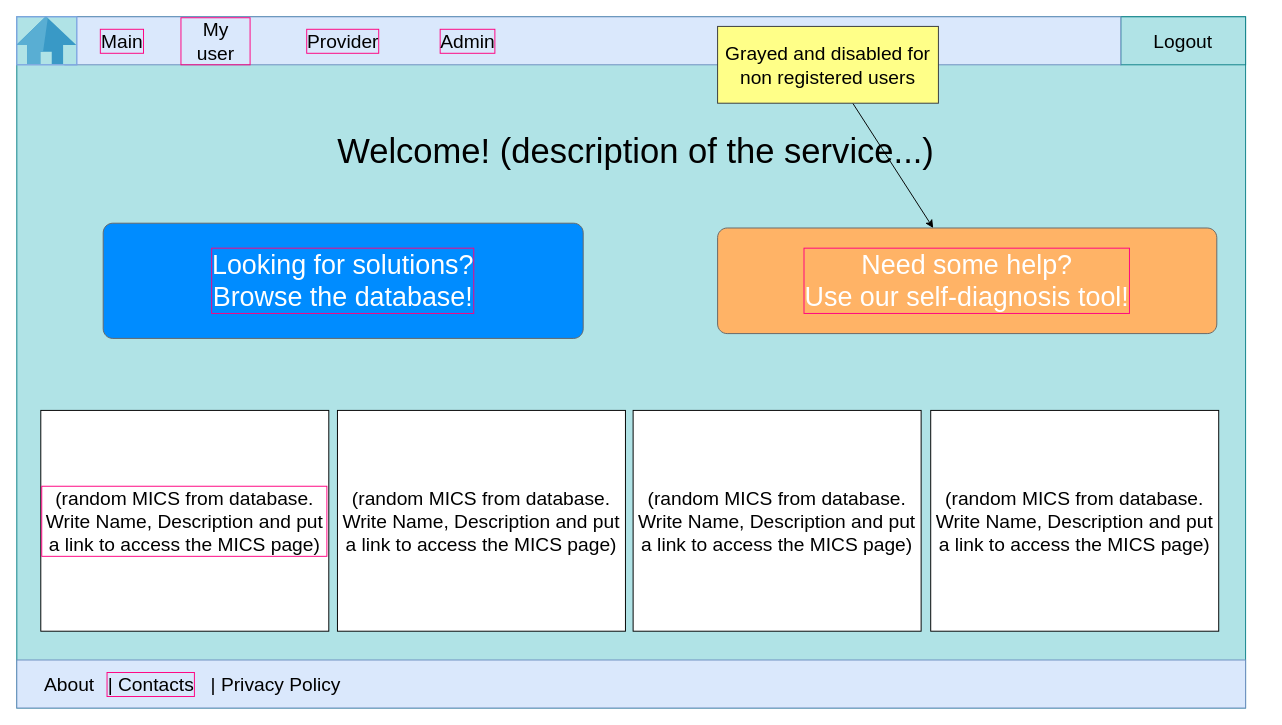
Earlier version of the draw.io diagram page "Main" (2 of 18) of IDP048 UI.drawio.xml (giuseppe-r2m/mics-finder). Source tidied: cells renumbered, new cells numbered last; positions are measured from the earlier drawing's top-left corner, leaving out a move shared by most shapes. Both pictures are drawn from the tidied source at 96%, with x=0, y=0 at pixel (16, 16).
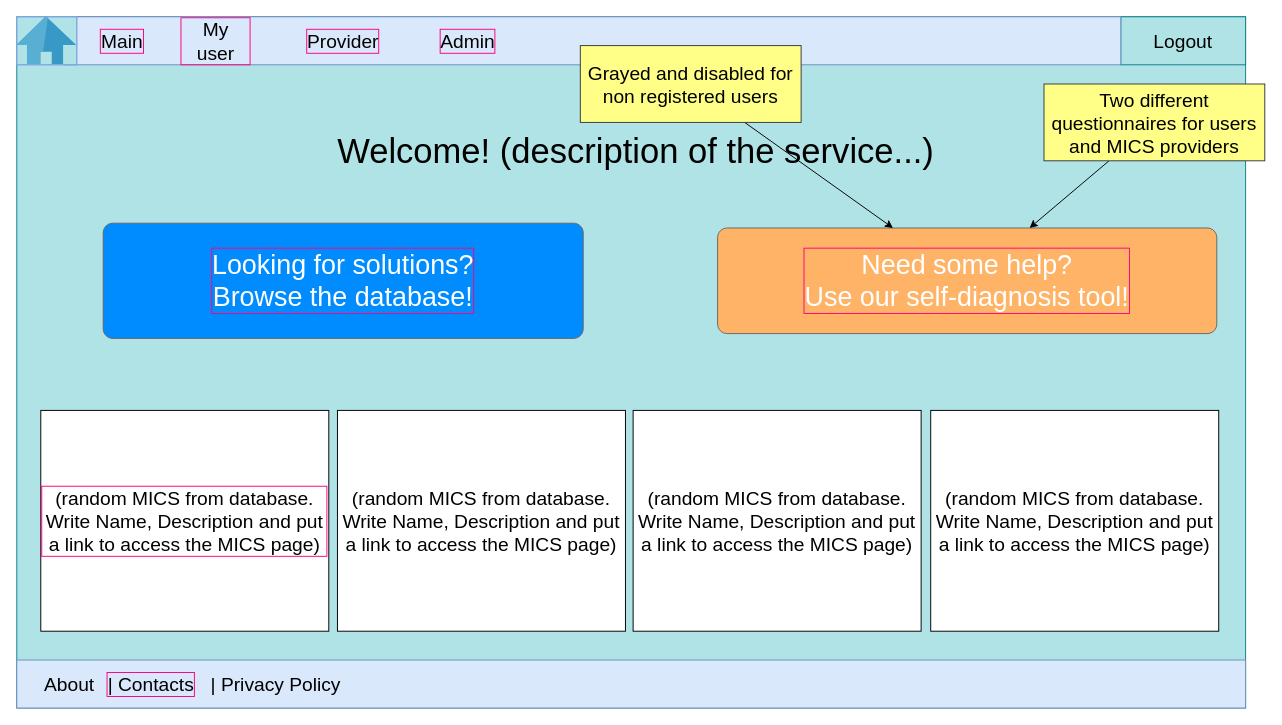
The same page after the edit.

The change refers to these unchanged cells:
```xml
<mxCell id="9" value="Need some help?&lt;br style=&quot;font-size: 28px;&quot;&gt;Use our self-diagnosis tool!" style="strokeWidth=1;shadow=0;dashed=0;align=center;html=1;shape=mxgraph.mockup.buttons.button;strokeColor=#666666;fontColor=#ffffff;mainText=;buttonStyle=round;fontSize=28;fontStyle=0;fillColor=#FFB366;whiteSpace=wrap;labelBorderColor=#FF0080;" parent="1" vertex="1">
  <mxGeometry x="730" y="220" width="520" height="110" as="geometry" />
</mxCell>
```

Change to the diagram source:
```diff
@@
     <mxCell id="18" value="Grayed and disabled for non registered users" style="text;html=1;strokeColor=#36393d;fillColor=#ffff88;align=center;verticalAlign=middle;whiteSpace=wrap;rounded=0;fontSize=20;" parent="1" vertex="1">
-      <mxGeometry x="730" y="10" width="230" height="80" as="geometry" />
+      <mxGeometry x="587" y="30" width="230" height="80" as="geometry" />
     </mxCell>
@@
+    <mxCell id="24" style="rounded=0;jettySize=auto;html=1;" parent="1" edge="1" source="25" target="9">
+      <mxGeometry relative="1" as="geometry" />
+    </mxCell>
+    <mxCell id="25" value="Two different questionnaires for users and MICS providers" style="text;html=1;strokeColor=#36393d;fillColor=#ffff88;align=center;verticalAlign=middle;whiteSpace=wrap;rounded=0;fontSize=20;" parent="1" vertex="1">
+      <mxGeometry x="1070" y="70" width="230" height="80" as="geometry" />
+    </mxCell>
```
